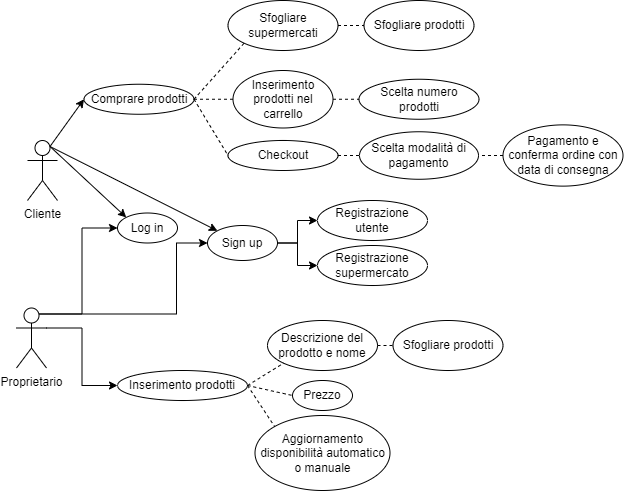
galizzie03/GroceriesTTH keeps this draw.io diagram as UML Project Diagram.drawio.png. Above is the earlier version. Source tidied: cells renumbered, new cells last; positions are measured from the earlier drawing's top-left corner, leaving out a move shared by most shapes.
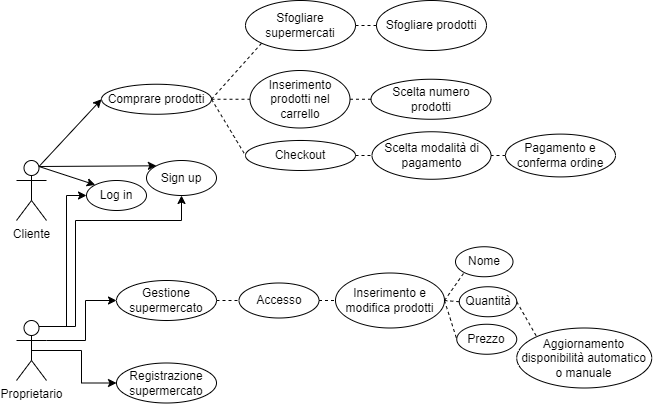
After the commit.

Commit message:
Aggiornato UML

What changed in the source:
```diff
@@ -5,109 +5,100 @@
     <mxCell id="2" value="Cliente" style="shape=umlActor;verticalLabelPosition=bottom;verticalAlign=top;html=1;outlineConnect=0;" parent="1" vertex="1">
       <mxGeometry x="11" y="140" width="30" height="60" as="geometry" />
     </mxCell>
-    <mxCell id="3" style="edgeStyle=orthogonalEdgeStyle;rounded=0;jettySize=auto;html=1;exitX=0.75;exitY=0.1;exitDx=0;exitDy=0;exitPerimeter=0;entryX=0;entryY=0.5;entryDx=0;entryDy=0;" parent="1" edge="1" source="6" target="11">
+    <mxCell id="3" style="edgeStyle=orthogonalEdgeStyle;rounded=0;jettySize=auto;html=1;exitX=0.75;exitY=0.1;exitDx=0;exitDy=0;exitPerimeter=0;entryX=0.5;entryY=1;entryDx=0;entryDy=0;" parent="1" edge="1" source="6" target="11">
       <mxGeometry relative="1" as="geometry">
         <Array as="points">
-          <mxPoint x="160" y="314" />
-          <mxPoint x="160" y="243" />
+          <mxPoint x="70" y="306" />
+          <mxPoint x="70" y="200" />
+          <mxPoint x="176" y="200" />
         </Array>
       </mxGeometry>
     </mxCell>
     <mxCell id="4" style="edgeStyle=orthogonalEdgeStyle;rounded=0;jettySize=auto;html=1;exitX=0.75;exitY=0.1;exitDx=0;exitDy=0;exitPerimeter=0;entryX=0;entryY=0.5;entryDx=0;entryDy=0;" parent="1" edge="1" source="6" target="7">
       <mxGeometry relative="1" as="geometry" />
     </mxCell>
-    <mxCell id="5" style="edgeStyle=orthogonalEdgeStyle;rounded=0;jettySize=auto;html=1;exitX=1;exitY=0.3333333333333333;exitDx=0;exitDy=0;exitPerimeter=0;entryX=0;entryY=0.5;entryDx=0;entryDy=0;" parent="1" edge="1" source="6" target="25">
-      <mxGeometry relative="1" as="geometry" />
-    </mxCell>
+    <mxCell id="40" style="edgeStyle=orthogonalEdgeStyle;rounded=0;jettySize=auto;html=1;exitX=0.5;exitY=0.5;exitDx=0;exitDy=0;exitPerimeter=0;entryX=0;entryY=0.5;entryDx=0;entryDy=0;" parent="1" edge="1" source="6" target="24">
+      <mxGeometry relative="1" as="geometry" />
+    </mxCell>
+    <mxCell id="41" style="edgeStyle=orthogonalEdgeStyle;rounded=0;jettySize=auto;html=1;exitX=1;exitY=0.3333333333333333;exitDx=0;exitDy=0;exitPerimeter=0;entryX=0;entryY=0.5;entryDx=0;entryDy=0;" parent="1" edge="1" source="6" target="42">
+      <mxGeometry relative="1" as="geometry">
+        <Array as="points">
+          <mxPoint x="80" y="320" />
+          <mxPoint x="80" y="280" />
+        </Array>
+      </mxGeometry>
+    </mxCell>
     <mxCell id="6" value="Proprietario" style="shape=umlActor;verticalLabelPosition=bottom;verticalAlign=top;html=1;outlineConnect=0;" parent="1" vertex="1">
-      <mxGeometry y="307.5" width="30" height="60" as="geometry" />
+      <mxGeometry x="11" y="300" width="30" height="60" as="geometry" />
     </mxCell>
     <mxCell id="7" value="Log in" style="ellipse;whiteSpace=wrap;html=1;" parent="1" vertex="1">
-      <mxGeometry x="101" y="212.5" width="60" height="30" as="geometry" />
+      <mxGeometry x="81" y="160" width="60" height="30" as="geometry" />
     </mxCell>
     <mxCell id="8" style="endArrow=classic;html=1;rounded=0;entryX=0;entryY=0;entryDx=0;entryDy=0;exitX=0.75;exitY=0.1;exitDx=0;exitDy=0;exitPerimeter=0;" parent="1" edge="1" source="2" target="7">
       <mxGeometry relative="1" as="geometry" />
     </mxCell>
-    <mxCell id="9" style="edgeStyle=orthogonalEdgeStyle;rounded=0;jettySize=auto;html=1;exitX=1;exitY=0.5;exitDx=0;exitDy=0;entryX=0;entryY=0.5;entryDx=0;entryDy=0;" parent="1" edge="1" source="11" target="23">
-      <mxGeometry relative="1" as="geometry" />
-    </mxCell>
-    <mxCell id="10" style="edgeStyle=orthogonalEdgeStyle;rounded=0;jettySize=auto;html=1;exitX=1;exitY=0.5;exitDx=0;exitDy=0;entryX=0;entryY=0.5;entryDx=0;entryDy=0;" parent="1" edge="1" source="11" target="24">
-      <mxGeometry relative="1" as="geometry" />
-    </mxCell>
     <mxCell id="11" value="Sign up" style="ellipse;whiteSpace=wrap;html=1;" parent="1" vertex="1">
-      <mxGeometry x="191" y="225" width="70" height="35" as="geometry" />
+      <mxGeometry x="141" y="140" width="70" height="35" as="geometry" />
     </mxCell>
     <mxCell id="12" style="endArrow=classic;html=1;rounded=0;entryX=0;entryY=0;entryDx=0;entryDy=0;exitX=0.75;exitY=0.1;exitDx=0;exitDy=0;exitPerimeter=0;" parent="1" edge="1" source="2" target="11">
       <mxGeometry relative="1" as="geometry" />
     </mxCell>
     <mxCell id="13" value="Comprare prodotti" style="ellipse;whiteSpace=wrap;html=1;" parent="1" vertex="1">
-      <mxGeometry x="67.5" y="83.8" width="110" height="30" as="geometry" />
+      <mxGeometry x="96" y="63.8" width="110" height="30" as="geometry" />
     </mxCell>
     <mxCell id="14" style="endArrow=classic;html=1;rounded=0;entryX=0;entryY=0.5;entryDx=0;entryDy=0;exitX=0.75;exitY=0.1;exitDx=0;exitDy=0;exitPerimeter=0;" parent="1" edge="1" source="2" target="13">
       <mxGeometry relative="1" as="geometry" />
     </mxCell>
     <mxCell id="15" value="Sfogliare supermercati" style="ellipse;whiteSpace=wrap;html=1;" parent="1" vertex="1">
-      <mxGeometry x="211.5" width="110" height="50" as="geometry" />
+      <mxGeometry x="240" y="-20" width="110" height="50" as="geometry" />
     </mxCell>
     <mxCell id="16" style="endArrow=none;dashed=1;html=1;rounded=0;entryX=0;entryY=1;entryDx=0;entryDy=0;exitX=1;exitY=0.5;exitDx=0;exitDy=0;" parent="1" edge="1" source="13" target="15">
       <mxGeometry relative="1" as="geometry" />
     </mxCell>
     <mxCell id="17" value="Sfogliare prodotti" style="ellipse;whiteSpace=wrap;html=1;" parent="1" vertex="1">
-      <mxGeometry x="347.5" width="110" height="50" as="geometry" />
+      <mxGeometry x="371" y="-20" width="110" height="50" as="geometry" />
     </mxCell>
     <mxCell id="18" style="endArrow=none;dashed=1;html=1;rounded=0;entryX=0;entryY=0.5;entryDx=0;entryDy=0;exitX=1;exitY=0.5;exitDx=0;exitDy=0;" parent="1" edge="1" source="15" target="17">
       <mxGeometry relative="1" as="geometry" />
     </mxCell>
     <mxCell id="19" value="Inserimento prodotti nel carrello" style="ellipse;whiteSpace=wrap;html=1;" parent="1" vertex="1">
-      <mxGeometry x="216.5" y="70" width="100" height="57.5" as="geometry" />
+      <mxGeometry x="244.5" y="50" width="100" height="57.5" as="geometry" />
     </mxCell>
     <mxCell id="20" style="endArrow=none;dashed=1;html=1;rounded=0;entryX=0;entryY=0.5;entryDx=0;entryDy=0;exitX=1;exitY=0.5;exitDx=0;exitDy=0;" parent="1" edge="1" source="13" target="19">
       <mxGeometry relative="1" as="geometry" />
     </mxCell>
     <mxCell id="21" value="Scelta numero prodotti" style="ellipse;whiteSpace=wrap;html=1;" parent="1" vertex="1">
-      <mxGeometry x="342.5" y="78.8" width="120" height="40" as="geometry" />
+      <mxGeometry x="365.5" y="58.8" width="120" height="40" as="geometry" />
     </mxCell>
     <mxCell id="22" style="endArrow=none;dashed=1;html=1;rounded=0;entryX=0;entryY=0.5;entryDx=0;entryDy=0;exitX=1;exitY=0.5;exitDx=0;exitDy=0;" parent="1" edge="1" source="19" target="21">
       <mxGeometry relative="1" as="geometry" />
     </mxCell>
-    <mxCell id="23" value="Registrazione utente" style="ellipse;whiteSpace=wrap;html=1;" parent="1" vertex="1">
-      <mxGeometry x="301" y="200" width="110" height="40" as="geometry" />
-    </mxCell>
-    <mxCell id="24" value="Registrazione supermercato" style="ellipse;whiteSpace=wrap;html=1;" parent="1" vertex="1">
-      <mxGeometry x="301" y="245" width="110" height="40" as="geometry" />
-    </mxCell>
-    <mxCell id="25" value="Inserimento prodotti" style="ellipse;whiteSpace=wrap;html=1;" parent="1" vertex="1">
-      <mxGeometry x="101" y="370" width="130" height="30" as="geometry" />
+    <mxCell id="25" value="Inserimento e modifica prodotti" style="ellipse;whiteSpace=wrap;html=1;" parent="1" vertex="1">
+      <mxGeometry x="330" y="252.5" width="109" height="55" as="geometry" />
     </mxCell>
-    <mxCell id="26" value="Descrizione del prodotto e nome" style="ellipse;whiteSpace=wrap;html=1;" parent="1" vertex="1">
-      <mxGeometry x="251" y="320" width="110" height="50" as="geometry" />
+    <mxCell id="26" value="Nome" style="ellipse;whiteSpace=wrap;html=1;" parent="1" vertex="1">
+      <mxGeometry x="450" y="226.2" width="57.5" height="30" as="geometry" />
     </mxCell>
     <mxCell id="27" style="endArrow=none;dashed=1;html=1;rounded=0;entryX=0;entryY=1;entryDx=0;entryDy=0;exitX=1;exitY=0.5;exitDx=0;exitDy=0;" parent="1" edge="1" source="25" target="26">
       <mxGeometry relative="1" as="geometry" />
     </mxCell>
-    <mxCell id="28" value="Sfogliare prodotti" style="ellipse;whiteSpace=wrap;html=1;" parent="1" vertex="1">
-      <mxGeometry x="376.5" y="320" width="110" height="50" as="geometry" />
-    </mxCell>
-    <mxCell id="29" style="endArrow=none;dashed=1;html=1;rounded=0;entryX=0;entryY=0.5;entryDx=0;entryDy=0;exitX=1;exitY=0.5;exitDx=0;exitDy=0;" parent="1" edge="1" source="26" target="28">
-      <mxGeometry relative="1" as="geometry" />
-    </mxCell>
     <mxCell id="30" value="Prezzo" style="ellipse;whiteSpace=wrap;html=1;" parent="1" vertex="1">
-      <mxGeometry x="276" y="380" width="60" height="30" as="geometry" />
+      <mxGeometry x="451.2" y="303.8" width="60" height="30" as="geometry" />
     </mxCell>
     <mxCell id="31" style="endArrow=none;dashed=1;html=1;rounded=0;entryX=0;entryY=0.5;entryDx=0;entryDy=0;exitX=1;exitY=0.5;exitDx=0;exitDy=0;" parent="1" edge="1" source="25" target="30">
       <mxGeometry relative="1" as="geometry" />
     </mxCell>
     <mxCell id="32" value="Aggiornamento disponibilità automatico o manuale" style="ellipse;whiteSpace=wrap;html=1;" parent="1" vertex="1">
-      <mxGeometry x="238.5" y="415" width="135" height="75" as="geometry" />
+      <mxGeometry x="511.2" y="307.5" width="135" height="60" as="geometry" />
     </mxCell>
-    <mxCell id="33" style="endArrow=none;dashed=1;html=1;rounded=0;entryX=0;entryY=0;entryDx=0;entryDy=0;exitX=1;exitY=0.5;exitDx=0;exitDy=0;" parent="1" edge="1" source="25" target="32">
+    <mxCell id="33" style="endArrow=none;dashed=1;html=1;rounded=0;entryX=0;entryY=0;entryDx=0;entryDy=0;exitX=1;exitY=0.5;exitDx=0;exitDy=0;" parent="1" edge="1" source="46" target="32">
       <mxGeometry relative="1" as="geometry" />
     </mxCell>
     <mxCell id="34" value="Checkout" style="ellipse;whiteSpace=wrap;html=1;" parent="1" vertex="1">
-      <mxGeometry x="211.5" y="140" width="110" height="30" as="geometry" />
+      <mxGeometry x="240" y="120" width="110" height="30" as="geometry" />
     </mxCell>
     <mxCell id="35" value="Scelta modalità di pagamento" style="ellipse;whiteSpace=wrap;html=1;" parent="1" vertex="1">
-      <mxGeometry x="343" y="131.3" width="119" height="47.5" as="geometry" />
+      <mxGeometry x="366.5" y="111.3" width="119" height="47.5" as="geometry" />
     </mxCell>
     <mxCell id="36" style="endArrow=none;dashed=1;html=1;rounded=0;entryX=0;entryY=0.5;entryDx=0;entryDy=0;exitX=1;exitY=0.5;exitDx=0;exitDy=0;" parent="1" edge="1" source="34" target="35">
       <mxGeometry relative="1" as="geometry" />
@@ -118,8 +109,29 @@
     <mxCell id="38" style="endArrow=none;dashed=1;html=1;rounded=0;entryX=1;entryY=0.5;entryDx=0;entryDy=0;exitX=0;exitY=0.5;exitDx=0;exitDy=0;" parent="1" edge="1" source="39" target="35">
       <mxGeometry relative="1" as="geometry" />
     </mxCell>
-    <mxCell id="39" value="Pagamento e conferma ordine con data di consegna" style="ellipse;whiteSpace=wrap;html=1;" parent="1" vertex="1">
-      <mxGeometry x="486.5" y="124.4" width="120" height="61.2" as="geometry" />
+    <mxCell id="39" value="Pagamento e conferma ordine" style="ellipse;whiteSpace=wrap;html=1;" parent="1" vertex="1">
+      <mxGeometry x="500" y="113.6" width="110" height="42.8" as="geometry" />
     </mxCell>
+    <mxCell id="24" value="Registrazione supermercato" style="ellipse;whiteSpace=wrap;html=1;" parent="1" vertex="1">
+      <mxGeometry x="111" y="342.5" width="100" height="40" as="geometry" />
+    </mxCell>
+    <mxCell id="42" value="Gestione supermercato" style="ellipse;whiteSpace=wrap;html=1;" parent="1" vertex="1">
+      <mxGeometry x="111" y="260" width="100" height="40" as="geometry" />
+    </mxCell>
+    <mxCell id="43" value="Accesso" style="ellipse;whiteSpace=wrap;html=1;" parent="1" vertex="1">
+      <mxGeometry x="233.5" y="262.5" width="80" height="35" as="geometry" />
+    </mxCell>
+    <mxCell id="44" style="endArrow=none;dashed=1;html=1;rounded=0;exitX=1;exitY=0.5;exitDx=0;exitDy=0;entryX=0;entryY=0.5;entryDx=0;entryDy=0;" parent="1" edge="1" source="42" target="43">
+      <mxGeometry relative="1" as="geometry" />
+    </mxCell>
+    <mxCell id="45" style="endArrow=none;dashed=1;html=1;rounded=0;entryX=0;entryY=0.5;entryDx=0;entryDy=0;exitX=1;exitY=0.5;exitDx=0;exitDy=0;" parent="1" edge="1" source="43" target="25">
+      <mxGeometry relative="1" as="geometry" />
+    </mxCell>
+    <mxCell id="46" value="Quantità" style="ellipse;whiteSpace=wrap;html=1;" parent="1" vertex="1">
+      <mxGeometry x="453.8" y="266.2" width="57.5" height="30" as="geometry" />
+    </mxCell>
+    <mxCell id="47" style="endArrow=none;dashed=1;html=1;rounded=0;exitX=0;exitY=0.5;exitDx=0;exitDy=0;entryX=1;entryY=0.5;entryDx=0;entryDy=0;" parent="1" edge="1" source="46" target="25">
+      <mxGeometry relative="1" as="geometry" />
+    </mxCell>
   </root>
 </mxGraphModel>
```
